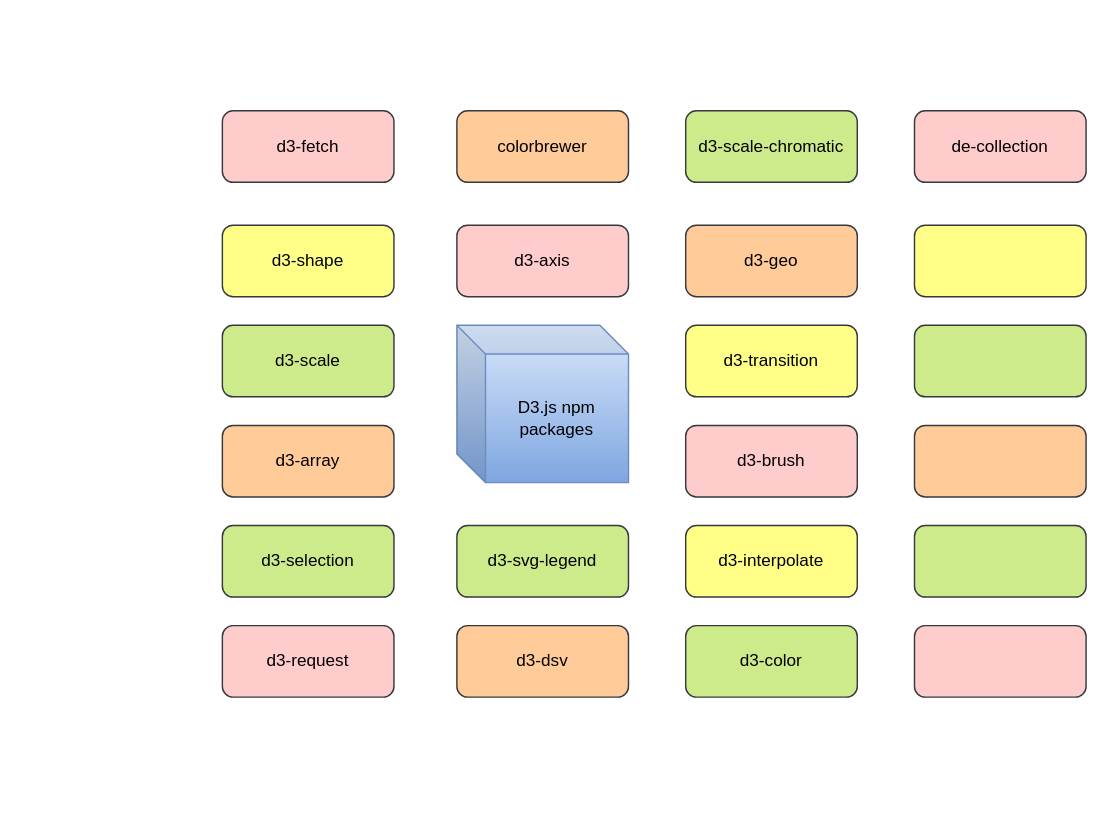
The draw.io diagram page "D3 Packages" (4 of 8) of My Articles/d3/D3 Understanding.drawio in anbarasan-raji/books, before the edit. Source tidied: cells renumbered, new cells numbered last; positions are measured from the earlier drawing's top-left corner, leaving out a move shared by most shapes. Both pictures are drawn from the tidied source at 143%, with x=0, y=0 at pixel (222, 110).
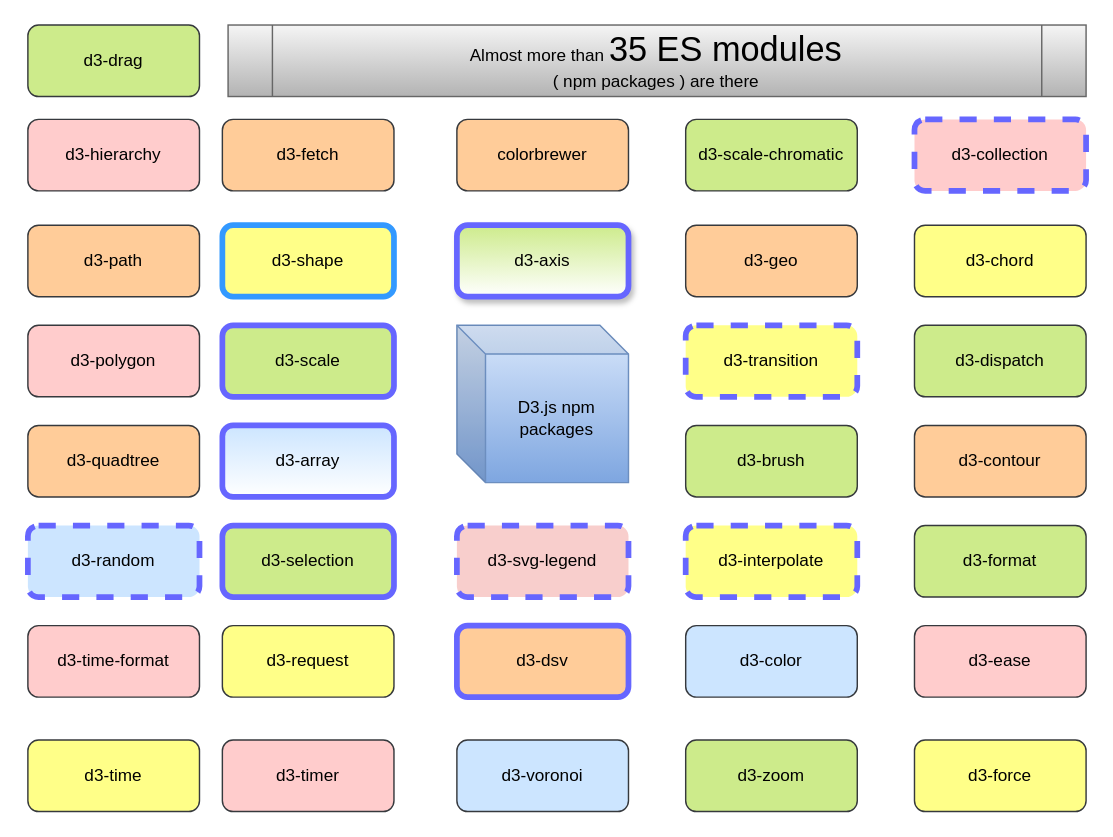
The same page after the edit.

Diff of the diagram source:
```diff
@@
-    <mxCell id="3" value="d3-shape" style="rounded=1;whiteSpace=wrap;html=1;fillColor=#ffff88;strokeColor=#36393d;" parent="1" vertex="1">
+    <mxCell id="3" value="d3-shape" style="rounded=1;whiteSpace=wrap;html=1;fillColor=#ffff88;strokeColor=#3399FF;strokeWidth=4;" parent="1" vertex="1">
       <mxGeometry y="80" width="120" height="50" as="geometry" />
     </mxCell>
-    <mxCell id="4" value="d3-selection" style="rounded=1;whiteSpace=wrap;html=1;fillColor=#cdeb8b;strokeColor=#36393d;" parent="1" vertex="1">
+    <mxCell id="4" value="d3-selection" style="rounded=1;whiteSpace=wrap;html=1;fillColor=#cdeb8b;strokeColor=#6666FF;strokeWidth=4;" parent="1" vertex="1">
       <mxGeometry y="290" width="120" height="50" as="geometry" />
     </mxCell>
-    <mxCell id="5" value="d3-array" style="rounded=1;whiteSpace=wrap;html=1;fillColor=#ffcc99;strokeColor=#36393d;" parent="1" vertex="1">
+    <mxCell id="5" value="d3-array" style="rounded=1;whiteSpace=wrap;html=1;fillColor=#cce5ff;strokeColor=#6666FF;gradientColor=#ffffff;strokeWidth=4;" parent="1" vertex="1">
       <mxGeometry y="220" width="120" height="50" as="geometry" />
     </mxCell>
-    <mxCell id="6" value="d3-scale" style="rounded=1;whiteSpace=wrap;html=1;fillColor=#cdeb8b;strokeColor=#36393d;" parent="1" vertex="1">
+    <mxCell id="6" value="d3-scale" style="rounded=1;whiteSpace=wrap;html=1;fillColor=#cdeb8b;strokeColor=#6666FF;strokeWidth=4;" parent="1" vertex="1">
       <mxGeometry y="150" width="120" height="50" as="geometry" />
     </mxCell>
-    <mxCell id="7" value="d3-axis" style="rounded=1;whiteSpace=wrap;html=1;fillColor=#ffcccc;strokeColor=#36393d;" parent="1" vertex="1">
+    <mxCell id="7" value="d3-axis" style="rounded=1;whiteSpace=wrap;html=1;fillColor=#cdeb8b;strokeColor=#6666FF;perimeterSpacing=1;comic=0;glass=0;gradientColor=#ffffff;shadow=1;strokeWidth=4;" parent="1" vertex="1">
       <mxGeometry x="164" y="80" width="120" height="50" as="geometry" />
     </mxCell>
-    <mxCell id="8" value="d3-brush" style="rounded=1;whiteSpace=wrap;html=1;fillColor=#ffcccc;strokeColor=#36393d;" parent="1" vertex="1">
+    <mxCell id="8" value="d3-brush" style="rounded=1;whiteSpace=wrap;html=1;fillColor=#cdeb8b;strokeColor=#36393d;" parent="1" vertex="1">
       <mxGeometry x="324" y="220" width="120" height="50" as="geometry" />
     </mxCell>
@@
-    <mxCell id="10" value="d3-transition" style="rounded=1;whiteSpace=wrap;html=1;fillColor=#ffff88;strokeColor=#36393d;" parent="1" vertex="1">
+    <mxCell id="10" value="d3-transition" style="rounded=1;whiteSpace=wrap;html=1;fillColor=#ffff88;strokeColor=#6666FF;strokeWidth=4;dashed=1;" parent="1" vertex="1">
       <mxGeometry x="324" y="150" width="120" height="50" as="geometry" />
     </mxCell>
-    <mxCell id="11" value="d3-svg-legend" style="rounded=1;whiteSpace=wrap;html=1;fillColor=#cdeb8b;strokeColor=#36393d;" parent="1" vertex="1">
+    <mxCell id="11" value="d3-svg-legend" style="rounded=1;whiteSpace=wrap;html=1;fillColor=#f8cecc;strokeColor=#6666FF;strokeWidth=4;dashed=1;" parent="1" vertex="1">
       <mxGeometry x="164" y="290" width="120" height="50" as="geometry" />
     </mxCell>
-    <mxCell id="12" value="d3-request" style="rounded=1;whiteSpace=wrap;html=1;fillColor=#ffcccc;strokeColor=#36393d;" parent="1" vertex="1">
+    <mxCell id="12" value="d3-request" style="rounded=1;whiteSpace=wrap;html=1;fillColor=#ffff88;strokeColor=#36393d;" parent="1" vertex="1">
       <mxGeometry y="360" width="120" height="50" as="geometry" />
     </mxCell>
-    <mxCell id="13" value="d3-dsv" style="rounded=1;whiteSpace=wrap;html=1;fillColor=#ffcc99;strokeColor=#36393d;" parent="1" vertex="1">
+    <mxCell id="13" value="d3-dsv" style="rounded=1;whiteSpace=wrap;html=1;fillColor=#ffcc99;strokeColor=#6666FF;strokeWidth=4;" parent="1" vertex="1">
       <mxGeometry x="164" y="360" width="120" height="50" as="geometry" />
     </mxCell>
-    <mxCell id="14" value="d3-color" style="rounded=1;whiteSpace=wrap;html=1;fillColor=#cdeb8b;strokeColor=#36393d;" parent="1" vertex="1">
+    <mxCell id="14" value="d3-color" style="rounded=1;whiteSpace=wrap;html=1;fillColor=#cce5ff;strokeColor=#36393d;" parent="1" vertex="1">
       <mxGeometry x="324" y="360" width="120" height="50" as="geometry" />
     </mxCell>
-    <mxCell id="15" value="d3-interpolate" style="rounded=1;whiteSpace=wrap;html=1;fillColor=#ffff88;strokeColor=#36393d;" parent="1" vertex="1">
+    <mxCell id="15" value="d3-interpolate" style="rounded=1;whiteSpace=wrap;html=1;fillColor=#ffff88;strokeColor=#6666FF;strokeWidth=4;dashed=1;" parent="1" vertex="1">
       <mxGeometry x="324" y="290" width="120" height="50" as="geometry" />
     </mxCell>
-    <mxCell id="16" value="d3-fetch" style="rounded=1;whiteSpace=wrap;html=1;fillColor=#ffcccc;strokeColor=#36393d;" parent="1" vertex="1">
-      <mxGeometry width="120" height="50" as="geometry" />
+    <mxCell id="16" value="d3-fetch" style="rounded=1;whiteSpace=wrap;html=1;fillColor=#ffcc99;strokeColor=#36393d;" parent="1" vertex="1">
+      <mxGeometry y="6" width="120" height="50" as="geometry" />
     </mxCell>
     <mxCell id="17" value="colorbrewer" style="rounded=1;whiteSpace=wrap;html=1;fillColor=#ffcc99;strokeColor=#36393d;" parent="1" vertex="1">
-      <mxGeometry x="164" width="120" height="50" as="geometry" />
+      <mxGeometry x="164" y="6" width="120" height="50" as="geometry" />
     </mxCell>
     <mxCell id="18" value="d3-scale-chromatic" style="rounded=1;whiteSpace=wrap;html=1;fillColor=#cdeb8b;strokeColor=#36393d;" parent="1" vertex="1">
-      <mxGeometry x="324" width="120" height="50" as="geometry" />
+      <mxGeometry x="324" y="6" width="120" height="50" as="geometry" />
     </mxCell>
-    <mxCell id="19" style="rounded=1;whiteSpace=wrap;html=1;fillColor=#ffff88;strokeColor=#36393d;" parent="1" vertex="1">
+    <mxCell id="19" value="d3-chord" style="rounded=1;whiteSpace=wrap;html=1;fillColor=#ffff88;strokeColor=#36393d;" parent="1" vertex="1">
       <mxGeometry x="484" y="80" width="120" height="50" as="geometry" />
     </mxCell>
-    <mxCell id="20" style="rounded=1;whiteSpace=wrap;html=1;fillColor=#cdeb8b;strokeColor=#36393d;" parent="1" vertex="1">
+    <mxCell id="20" value="d3-format" style="rounded=1;whiteSpace=wrap;html=1;fillColor=#cdeb8b;strokeColor=#36393d;" parent="1" vertex="1">
       <mxGeometry x="484" y="290" width="120" height="50" as="geometry" />
     </mxCell>
-    <mxCell id="21" style="rounded=1;whiteSpace=wrap;html=1;fillColor=#ffcc99;strokeColor=#36393d;" parent="1" vertex="1">
+    <mxCell id="21" value="d3-contour" style="rounded=1;whiteSpace=wrap;html=1;fillColor=#ffcc99;strokeColor=#36393d;" parent="1" vertex="1">
       <mxGeometry x="484" y="220" width="120" height="50" as="geometry" />
     </mxCell>
-    <mxCell id="22" style="rounded=1;whiteSpace=wrap;html=1;fillColor=#cdeb8b;strokeColor=#36393d;" parent="1" vertex="1">
+    <mxCell id="22" value="d3-dispatch" style="rounded=1;whiteSpace=wrap;html=1;fillColor=#cdeb8b;strokeColor=#36393d;" parent="1" vertex="1">
       <mxGeometry x="484" y="150" width="120" height="50" as="geometry" />
     </mxCell>
-    <mxCell id="23" style="rounded=1;whiteSpace=wrap;html=1;fillColor=#ffcccc;strokeColor=#36393d;" parent="1" vertex="1">
+    <mxCell id="23" value="d3-ease" style="rounded=1;whiteSpace=wrap;html=1;fillColor=#ffcccc;strokeColor=#36393d;" parent="1" vertex="1">
       <mxGeometry x="484" y="360" width="120" height="50" as="geometry" />
     </mxCell>
-    <mxCell id="24" value="de-collection" style="rounded=1;whiteSpace=wrap;html=1;fillColor=#ffcccc;strokeColor=#36393d;" parent="1" vertex="1">
-      <mxGeometry x="484" width="120" height="50" as="geometry" />
+    <mxCell id="24" value="d3-collection" style="rounded=1;whiteSpace=wrap;html=1;fillColor=#ffcccc;strokeColor=#6666FF;strokeWidth=4;dashed=1;" parent="1" vertex="1">
+      <mxGeometry x="484" y="6" width="120" height="50" as="geometry" />
     </mxCell>
+    <mxCell id="25" value="d3-path" style="rounded=1;whiteSpace=wrap;html=1;fillColor=#ffcc99;strokeColor=#36393d;" parent="1" vertex="1">
+      <mxGeometry x="-136" y="80" width="120" height="50" as="geometry" />
+    </mxCell>
+    <mxCell id="26" value="d3-random" style="rounded=1;whiteSpace=wrap;html=1;fillColor=#cce5ff;strokeColor=#6666FF;strokeWidth=4;dashed=1;" parent="1" vertex="1">
+      <mxGeometry x="-136" y="290" width="120" height="50" as="geometry" />
+    </mxCell>
+    <mxCell id="27" value="d3-quadtree" style="rounded=1;whiteSpace=wrap;html=1;fillColor=#ffcc99;strokeColor=#36393d;" parent="1" vertex="1">
+      <mxGeometry x="-136" y="220" width="120" height="50" as="geometry" />
+    </mxCell>
+    <mxCell id="28" value="d3-polygon" style="rounded=1;whiteSpace=wrap;html=1;fillColor=#ffcccc;strokeColor=#36393d;" parent="1" vertex="1">
+      <mxGeometry x="-136" y="150" width="120" height="50" as="geometry" />
+    </mxCell>
+    <mxCell id="29" value="d3-time-format" style="rounded=1;whiteSpace=wrap;html=1;fillColor=#ffcccc;strokeColor=#36393d;" parent="1" vertex="1">
+      <mxGeometry x="-136" y="360" width="120" height="50" as="geometry" />
+    </mxCell>
+    <mxCell id="30" value="d3-hierarchy" style="rounded=1;whiteSpace=wrap;html=1;fillColor=#ffcccc;strokeColor=#36393d;" parent="1" vertex="1">
+      <mxGeometry x="-136" y="6" width="120" height="50" as="geometry" />
+    </mxCell>
+    <mxCell id="31" value="d3-timer" style="rounded=1;whiteSpace=wrap;html=1;fillColor=#ffcccc;strokeColor=#36393d;" parent="1" vertex="1">
+      <mxGeometry y="440" width="120" height="50" as="geometry" />
+    </mxCell>
+    <mxCell id="32" value="d3-voronoi" style="rounded=1;whiteSpace=wrap;html=1;fillColor=#cce5ff;strokeColor=#36393d;" parent="1" vertex="1">
+      <mxGeometry x="164" y="440" width="120" height="50" as="geometry" />
+    </mxCell>
+    <mxCell id="33" value="d3-zoom" style="rounded=1;whiteSpace=wrap;html=1;fillColor=#cdeb8b;strokeColor=#36393d;" parent="1" vertex="1">
+      <mxGeometry x="324" y="440" width="120" height="50" as="geometry" />
+    </mxCell>
+    <mxCell id="34" value="d3-force" style="rounded=1;whiteSpace=wrap;html=1;fillColor=#ffff88;strokeColor=#36393d;" parent="1" vertex="1">
+      <mxGeometry x="484" y="440" width="120" height="50" as="geometry" />
+    </mxCell>
+    <mxCell id="35" value="d3-time" style="rounded=1;whiteSpace=wrap;html=1;fillColor=#ffff88;strokeColor=#36393d;" parent="1" vertex="1">
+      <mxGeometry x="-136" y="440" width="120" height="50" as="geometry" />
+    </mxCell>
+    <mxCell id="36" value="d3-drag" style="rounded=1;whiteSpace=wrap;html=1;fillColor=#cdeb8b;strokeColor=#36393d;" parent="1" vertex="1">
+      <mxGeometry x="-136" y="-60" width="120" height="50" as="geometry" />
+    </mxCell>
+    <mxCell id="37" value="Almost more than &lt;font style=&quot;font-size: 24px&quot;&gt;35 ES modules&lt;/font&gt; &lt;br&gt;( npm packages ) are there" style="shape=process;whiteSpace=wrap;html=1;backgroundOutline=1;size=0.05238095238095238;gradientColor=#b3b3b3;fillColor=#f5f5f5;strokeColor=#666666;" parent="1" vertex="1">
+      <mxGeometry x="4" y="-60" width="600" height="50" as="geometry" />
+    </mxCell>
```
